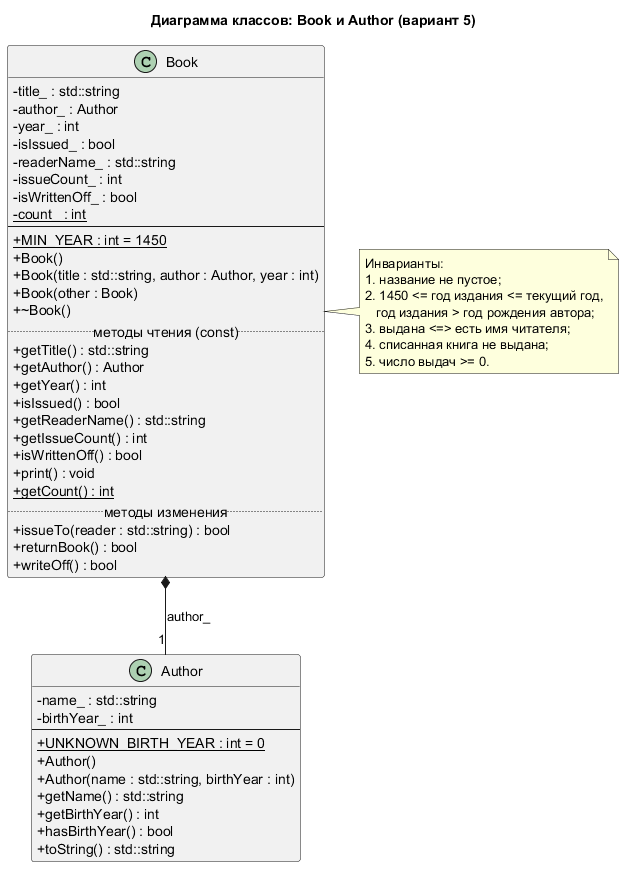
This is uml/Book.png from Vareshka86/Lab2_OOP_try1, a PlantUML export, as it was before one commit.
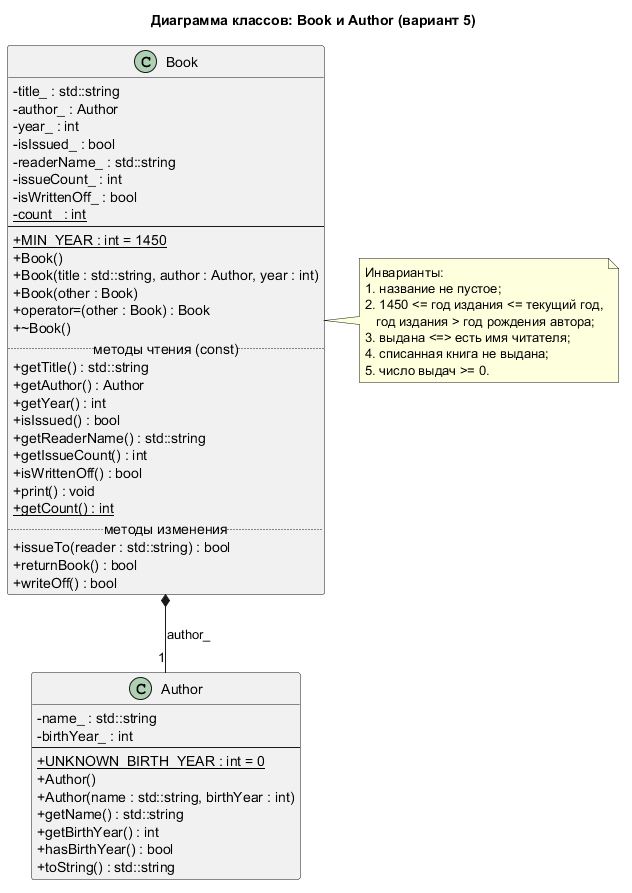
Above is the later version.

Commit message:
Документация: страница части 2 и обновлённая диаграмма классов

What changed in the source:
```diff
@@ -17,6 +17,7 @@
   + Book()
   + Book(title : std::string, author : Author, year : int)
   + Book(other : Book)
+  + operator=(other : Book) : Book
   + ~Book()
   .. методы чтения (const) ..
   + getTitle() : std::string
```
